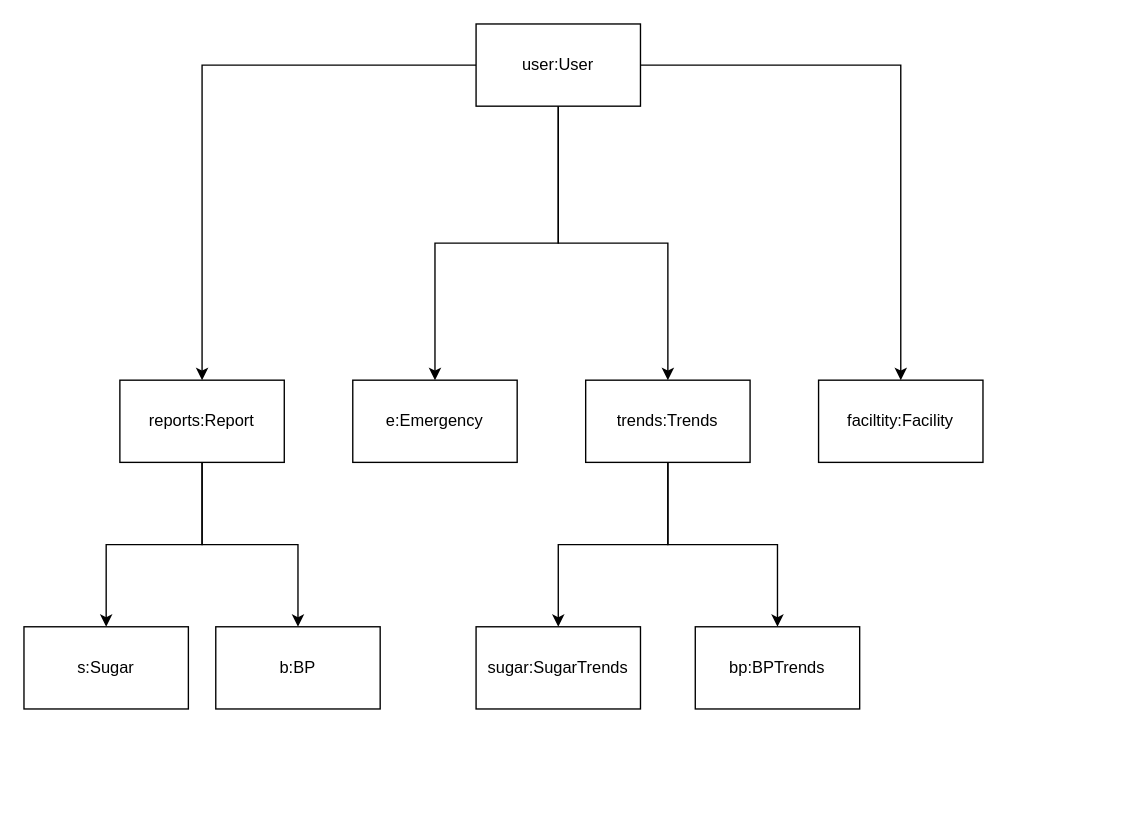
Earlier version of the draw.io diagram ObjectDiagram.drawio (pranavn35/ProjectDiagrams). Source tidied: cells renumbered, new cells numbered last; positions are measured from the earlier drawing's top-left corner, leaving out a move shared by most shapes. Both pictures are drawn from the tidied source at 137%, with x=0, y=0 at pixel (23, 23).
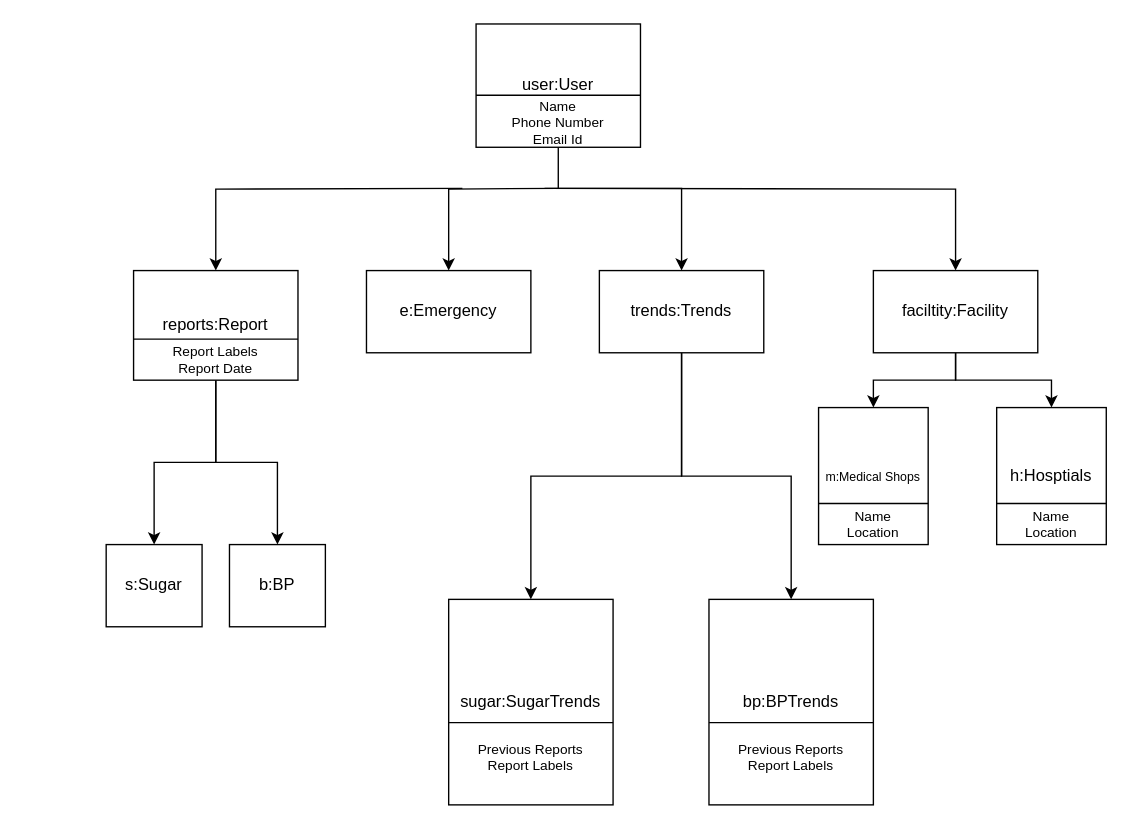
After the change.

Diff of the diagram source:
```diff
@@
-    <mxCell id="2" style="edgeStyle=orthogonalEdgeStyle;rounded=0;jettySize=auto;html=1;" parent="1" edge="1" source="6" target="9">
-      <mxGeometry relative="1" as="geometry" />
+    <mxCell id="2" style="edgeStyle=orthogonalEdgeStyle;rounded=0;jettySize=auto;html=1;" parent="1" edge="1" target="9">
+      <mxGeometry relative="1" as="geometry">
+        <mxPoint x="320" y="120" as="sourcePoint" />
+      </mxGeometry>
     </mxCell>
-    <mxCell id="3" style="edgeStyle=orthogonalEdgeStyle;rounded=0;jettySize=auto;html=1;" parent="1" edge="1" source="6" target="10">
-      <mxGeometry relative="1" as="geometry" />
+    <mxCell id="3" style="edgeStyle=orthogonalEdgeStyle;rounded=0;jettySize=auto;html=1;" parent="1" edge="1" target="10">
+      <mxGeometry relative="1" as="geometry">
+        <mxPoint x="380" y="120" as="sourcePoint" />
+      </mxGeometry>
     </mxCell>
-    <mxCell id="4" style="edgeStyle=orthogonalEdgeStyle;rounded=0;jettySize=auto;html=1;" parent="1" edge="1" source="6" target="11">
-      <mxGeometry relative="1" as="geometry" />
+    <mxCell id="4" style="edgeStyle=orthogonalEdgeStyle;rounded=0;jettySize=auto;html=1;" parent="1" edge="1" target="11">
+      <mxGeometry relative="1" as="geometry">
+        <mxPoint x="390" y="120" as="sourcePoint" />
+      </mxGeometry>
     </mxCell>
     <mxCell id="5" style="edgeStyle=orthogonalEdgeStyle;rounded=0;jettySize=auto;html=1;" parent="1" edge="1" source="6" target="16">
-      <mxGeometry relative="1" as="geometry" />
+      <mxGeometry relative="1" as="geometry">
+        <Array as="points">
+          <mxPoint x="390" y="120" />
+          <mxPoint x="480" y="120" />
+        </Array>
+      </mxGeometry>
     </mxCell>
     <mxCell id="6" value="user:User" style="rounded=0;whiteSpace=wrap;html=1;" parent="1" vertex="1">
-      <mxGeometry x="330" width="120" height="60" as="geometry" />
+      <mxGeometry x="330" width="120" height="90" as="geometry" />
     </mxCell>
@@
     <mxCell id="9" value="reports:Report" style="whiteSpace=wrap;html=1;rounded=0;" parent="1" vertex="1">
-      <mxGeometry x="70" y="260" width="120" height="60" as="geometry" />
+      <mxGeometry x="80" y="180" width="120" height="80" as="geometry" />
     </mxCell>
+    <mxCell id="19" style="edgeStyle=orthogonalEdgeStyle;rounded=0;jettySize=auto;html=1;" parent="1" edge="1" source="10" target="21">
+      <mxGeometry relative="1" as="geometry" />
+    </mxCell>
+    <mxCell id="20" style="edgeStyle=orthogonalEdgeStyle;rounded=0;jettySize=auto;html=1;" parent="1" edge="1" source="10" target="22">
+      <mxGeometry relative="1" as="geometry" />
+    </mxCell>
     <mxCell id="10" value="faciltity:Facility" style="whiteSpace=wrap;html=1;rounded=0;" parent="1" vertex="1">
-      <mxGeometry x="580" y="260" width="120" height="60" as="geometry" />
+      <mxGeometry x="620" y="180" width="120" height="60" as="geometry" />
     </mxCell>
     <mxCell id="11" value="e:Emergency" style="rounded=0;whiteSpace=wrap;html=1;" parent="1" vertex="1">
-      <mxGeometry x="240" y="260" width="120" height="60" as="geometry" />
+      <mxGeometry x="250" y="180" width="120" height="60" as="geometry" />
     </mxCell>
     <mxCell id="12" value="s:Sugar" style="whiteSpace=wrap;html=1;rounded=0;" parent="1" vertex="1">
-      <mxGeometry y="440" width="120" height="60" as="geometry" />
+      <mxGeometry x="60" y="380" width="70" height="60" as="geometry" />
     </mxCell>
     <mxCell id="13" value="b:BP" style="whiteSpace=wrap;html=1;rounded=0;" parent="1" vertex="1">
-      <mxGeometry x="140" y="440" width="120" height="60" as="geometry" />
+      <mxGeometry x="150" y="380" width="70" height="60" as="geometry" />
     </mxCell>
@@
     <mxCell id="16" value="trends:Trends" style="whiteSpace=wrap;html=1;rounded=0;" parent="1" vertex="1">
-      <mxGeometry x="410" y="260" width="120" height="60" as="geometry" />
+      <mxGeometry x="420" y="180" width="120" height="60" as="geometry" />
     </mxCell>
     <mxCell id="17" value="sugar:SugarTrends" style="whiteSpace=wrap;html=1;rounded=0;" parent="1" vertex="1">
-      <mxGeometry x="330" y="440" width="120" height="60" as="geometry" />
+      <mxGeometry x="310" y="420" width="120" height="150" as="geometry" />
     </mxCell>
     <mxCell id="18" value="bp:BPTrends" style="whiteSpace=wrap;html=1;rounded=0;" parent="1" vertex="1">
-      <mxGeometry x="490" y="440" width="120" height="60" as="geometry" />
+      <mxGeometry x="500" y="420" width="120" height="150" as="geometry" />
     </mxCell>
+    <mxCell id="21" value="&lt;font style=&quot;font-size: 9px&quot;&gt;m:Medical Shops&lt;/font&gt;" style="whiteSpace=wrap;html=1;rounded=0;" parent="1" vertex="1">
+      <mxGeometry x="580" y="280" width="80" height="100" as="geometry" />
+    </mxCell>
+    <mxCell id="22" value="h:Hosptials" style="whiteSpace=wrap;html=1;rounded=0;" parent="1" vertex="1">
+      <mxGeometry x="710" y="280" width="80" height="100" as="geometry" />
+    </mxCell>
+    <mxCell id="23" style="endArrow=none;html=1;rounded=0;fontSize=9;" parent="1" edge="1">
+      <mxGeometry relative="1" as="geometry">
+        <mxPoint x="80" y="230" as="sourcePoint" />
+        <mxPoint x="200" y="230" as="targetPoint" />
+      </mxGeometry>
+    </mxCell>
+    <mxCell id="24" value="&lt;font style=&quot;font-size: 10px&quot;&gt;Report Labels&lt;br&gt;Report Date&lt;br&gt;&lt;/font&gt;" style="text;html=1;strokeColor=none;fillColor=none;align=center;verticalAlign=middle;whiteSpace=wrap;rounded=0;fontSize=9;" parent="1" vertex="1">
+      <mxGeometry x="100" y="240" width="80" height="10" as="geometry" />
+    </mxCell>
+    <mxCell id="25" style="endArrow=none;html=1;rounded=0;fontSize=9;" parent="1" edge="1">
+      <mxGeometry relative="1" as="geometry">
+        <mxPoint x="330" y="52" as="sourcePoint" />
+        <mxPoint x="450" y="52" as="targetPoint" />
+      </mxGeometry>
+    </mxCell>
+    <mxCell id="26" value="&lt;font style=&quot;font-size: 10px&quot;&gt;Name&lt;br&gt;Phone Number&lt;br&gt;Email Id&lt;br&gt;&lt;/font&gt;" style="text;html=1;strokeColor=none;fillColor=none;align=center;verticalAlign=middle;whiteSpace=wrap;rounded=0;fontSize=9;" parent="1" vertex="1">
+      <mxGeometry x="350" y="67" width="80" height="10" as="geometry" />
+    </mxCell>
+    <mxCell id="27" style="endArrow=none;html=1;rounded=0;fontSize=9;" parent="1" edge="1">
+      <mxGeometry relative="1" as="geometry">
+        <mxPoint x="310" y="510" as="sourcePoint" />
+        <mxPoint x="430" y="510" as="targetPoint" />
+      </mxGeometry>
+    </mxCell>
+    <mxCell id="28" style="endArrow=none;html=1;rounded=0;fontSize=9;" parent="1" edge="1">
+      <mxGeometry relative="1" as="geometry">
+        <mxPoint x="500" y="510" as="sourcePoint" />
+        <mxPoint x="620" y="510" as="targetPoint" />
+      </mxGeometry>
+    </mxCell>
+    <mxCell id="29" value="&lt;font style=&quot;font-size: 10px&quot;&gt;Previous Reports&lt;br&gt;Report Labels&lt;br&gt;&lt;/font&gt;" style="text;html=1;strokeColor=none;fillColor=none;align=center;verticalAlign=middle;whiteSpace=wrap;rounded=0;fontSize=9;" parent="1" vertex="1">
+      <mxGeometry x="330" y="520" width="80" height="30" as="geometry" />
+    </mxCell>
+    <mxCell id="30" style="endArrow=none;html=1;rounded=0;fontSize=9;" parent="1" edge="1">
+      <mxGeometry relative="1" as="geometry">
+        <mxPoint x="580" y="350" as="sourcePoint" />
+        <mxPoint x="660" y="350" as="targetPoint" />
+      </mxGeometry>
+    </mxCell>
+    <mxCell id="31" style="endArrow=none;html=1;rounded=0;fontSize=9;" parent="1" edge="1">
+      <mxGeometry relative="1" as="geometry">
+        <mxPoint x="710" y="350" as="sourcePoint" />
+        <mxPoint x="790" y="350" as="targetPoint" />
+      </mxGeometry>
+    </mxCell>
+    <mxCell id="32" value="&lt;font style=&quot;font-size: 10px&quot;&gt;Name&lt;br&gt;Location&lt;br&gt;&lt;/font&gt;" style="text;html=1;strokeColor=none;fillColor=none;align=center;verticalAlign=middle;whiteSpace=wrap;rounded=0;fontSize=9;" parent="1" vertex="1">
+      <mxGeometry x="580" y="360" width="80" height="10" as="geometry" />
+    </mxCell>
+    <mxCell id="33" value="&lt;font style=&quot;font-size: 10px&quot;&gt;Name&lt;br&gt;Location&lt;br&gt;&lt;/font&gt;" style="text;html=1;strokeColor=none;fillColor=none;align=center;verticalAlign=middle;whiteSpace=wrap;rounded=0;fontSize=9;" parent="1" vertex="1">
+      <mxGeometry x="710" y="360" width="80" height="10" as="geometry" />
+    </mxCell>
+    <mxCell id="34" value="&lt;font style=&quot;font-size: 10px&quot;&gt;Previous Reports&lt;br&gt;Report Labels&lt;br&gt;&lt;/font&gt;" style="text;html=1;strokeColor=none;fillColor=none;align=center;verticalAlign=middle;whiteSpace=wrap;rounded=0;fontSize=9;" parent="1" vertex="1">
+      <mxGeometry x="520" y="520" width="80" height="30" as="geometry" />
+    </mxCell>
```
